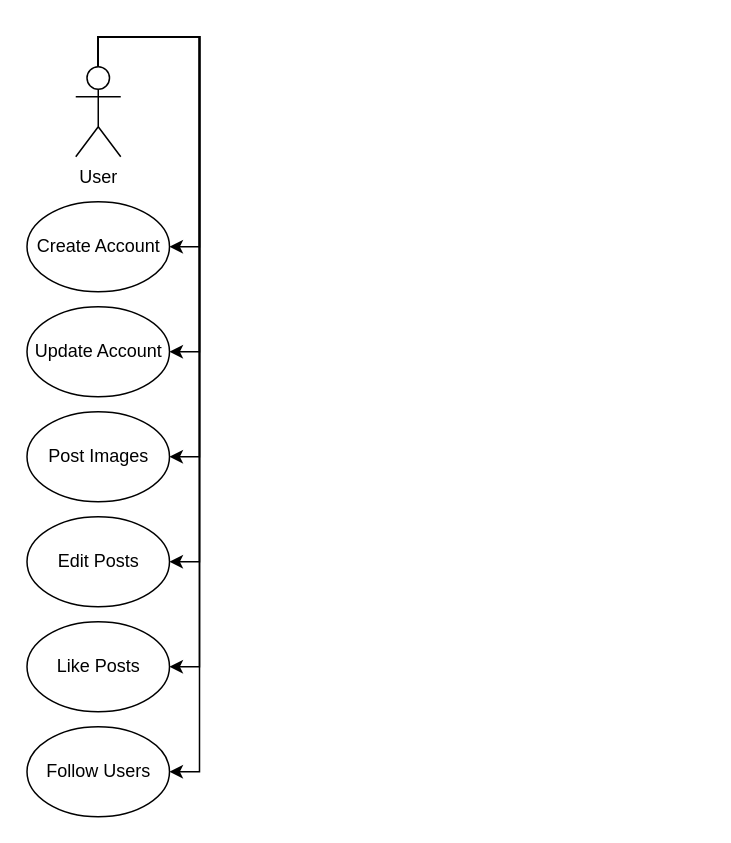
Before: Diagrams.drawio in wreich2/cosc412, a draw.io diagram. Source tidied: cells renumbered, new cells numbered last; positions are measured from the earlier drawing's top-left corner, leaving out a move shared by most shapes. Both pictures are drawn from the tidied source at 150%, with x=0, y=0 at pixel (27, 66).
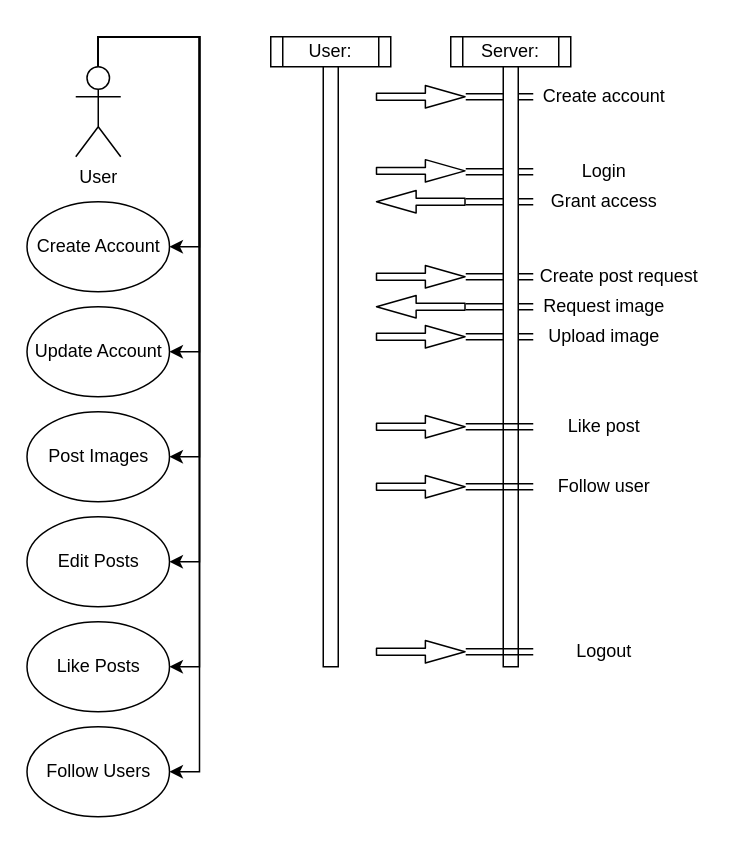
The same diagram, later.

What changed in the source:
```diff
@@
+    <mxCell id="15" value="User:" style="shape=process;whiteSpace=wrap;html=1;backgroundOutline=1;" parent="1" vertex="1">
+      <mxGeometry x="162" y="-20" width="80" height="20" as="geometry" />
+    </mxCell>
+    <mxCell id="16" value="Server:" style="shape=process;whiteSpace=wrap;html=1;backgroundOutline=1;" parent="1" vertex="1">
+      <mxGeometry x="282" y="-20" width="80" height="20" as="geometry" />
+    </mxCell>
+    <mxCell id="17" style="shape=flexArrow;endArrow=classic;html=1;endWidth=9.387755102040817;endSize=8.474285714285715;width=4.571428571428571;" parent="1" edge="1">
+      <mxGeometry relative="1" as="geometry">
+        <mxPoint x="232" y="20" as="sourcePoint" />
+        <mxPoint x="292" y="20" as="targetPoint" />
+      </mxGeometry>
+    </mxCell>
+    <mxCell id="18" style="shape=flexArrow;endArrow=classic;html=1;endWidth=9.387755102040817;endSize=8.474285714285715;width=4.571428571428571;" parent="1" edge="1">
+      <mxGeometry relative="1" as="geometry">
+        <mxPoint x="232" y="69.4" as="sourcePoint" />
+        <mxPoint x="292" y="69.4" as="targetPoint" />
+      </mxGeometry>
+    </mxCell>
+    <mxCell id="19" style="shape=flexArrow;endArrow=classic;html=1;endWidth=9.387755102040817;endSize=8.474285714285715;width=4.571428571428571;" parent="1" edge="1">
+      <mxGeometry relative="1" as="geometry">
+        <mxPoint x="232" y="140" as="sourcePoint" />
+        <mxPoint x="292" y="140" as="targetPoint" />
+      </mxGeometry>
+    </mxCell>
+    <mxCell id="20" style="shape=flexArrow;endArrow=classic;html=1;endWidth=9.387755102040817;endSize=8.474285714285715;width=4.571428571428571;" parent="1" edge="1">
+      <mxGeometry relative="1" as="geometry">
+        <mxPoint x="232" y="180" as="sourcePoint" />
+        <mxPoint x="292" y="180" as="targetPoint" />
+      </mxGeometry>
+    </mxCell>
+    <mxCell id="21" style="shape=link;rounded=0;jettySize=auto;html=1;" parent="1" edge="1" source="22">
+      <mxGeometry relative="1" as="geometry">
+        <mxPoint x="292" y="20" as="targetPoint" />
+      </mxGeometry>
+    </mxCell>
+    <mxCell id="22" value="Create account" style="text;html=1;strokeColor=none;fillColor=none;align=center;verticalAlign=middle;whiteSpace=wrap;rounded=0;" parent="1" vertex="1">
+      <mxGeometry x="337" y="10" width="95" height="20" as="geometry" />
+    </mxCell>
+    <mxCell id="23" style="edgeStyle=orthogonalEdgeStyle;shape=link;rounded=0;jettySize=auto;html=1;" parent="1" edge="1" source="24">
+      <mxGeometry relative="1" as="geometry">
+        <mxPoint x="292" y="70" as="targetPoint" />
+      </mxGeometry>
+    </mxCell>
+    <mxCell id="24" value="Login" style="text;html=1;strokeColor=none;fillColor=none;align=center;verticalAlign=middle;whiteSpace=wrap;rounded=0;" parent="1" vertex="1">
+      <mxGeometry x="337" y="60" width="95" height="20" as="geometry" />
+    </mxCell>
+    <mxCell id="25" style="shape=flexArrow;endArrow=classic;html=1;endWidth=9.387755102040817;endSize=8.474285714285715;width=4.571428571428571;" parent="1" edge="1">
+      <mxGeometry relative="1" as="geometry">
+        <mxPoint x="292" y="90" as="sourcePoint" />
+        <mxPoint x="232" y="90" as="targetPoint" />
+      </mxGeometry>
+    </mxCell>
+    <mxCell id="26" style="edgeStyle=orthogonalEdgeStyle;shape=link;rounded=0;jettySize=auto;html=1;" parent="1" edge="1" source="27">
+      <mxGeometry relative="1" as="geometry">
+        <mxPoint x="292" y="90" as="targetPoint" />
+      </mxGeometry>
+    </mxCell>
+    <mxCell id="27" value="Grant access" style="text;html=1;strokeColor=none;fillColor=none;align=center;verticalAlign=middle;whiteSpace=wrap;rounded=0;" parent="1" vertex="1">
+      <mxGeometry x="337" y="80" width="95" height="20" as="geometry" />
+    </mxCell>
+    <mxCell id="28" style="edgeStyle=orthogonalEdgeStyle;shape=link;rounded=0;jettySize=auto;html=1;" parent="1" edge="1" source="29">
+      <mxGeometry relative="1" as="geometry">
+        <mxPoint x="292" y="140" as="targetPoint" />
+      </mxGeometry>
+    </mxCell>
+    <mxCell id="29" value="Create post request" style="text;html=1;strokeColor=none;fillColor=none;align=center;verticalAlign=middle;whiteSpace=wrap;rounded=0;" parent="1" vertex="1">
+      <mxGeometry x="337" y="130" width="115" height="20" as="geometry" />
+    </mxCell>
+    <mxCell id="30" style="shape=flexArrow;endArrow=classic;html=1;endWidth=9.387755102040817;endSize=8.474285714285715;width=4.571428571428571;" parent="1" edge="1">
+      <mxGeometry relative="1" as="geometry">
+        <mxPoint x="292" y="160" as="sourcePoint" />
+        <mxPoint x="232" y="160" as="targetPoint" />
+      </mxGeometry>
+    </mxCell>
+    <mxCell id="31" style="edgeStyle=orthogonalEdgeStyle;shape=link;rounded=0;jettySize=auto;html=1;" parent="1" edge="1" source="32">
+      <mxGeometry relative="1" as="geometry">
+        <mxPoint x="292" y="160" as="targetPoint" />
+      </mxGeometry>
+    </mxCell>
+    <mxCell id="32" value="Request image" style="text;html=1;strokeColor=none;fillColor=none;align=center;verticalAlign=middle;whiteSpace=wrap;rounded=0;" parent="1" vertex="1">
+      <mxGeometry x="337" y="150" width="95" height="20" as="geometry" />
+    </mxCell>
+    <mxCell id="33" style="edgeStyle=orthogonalEdgeStyle;shape=link;rounded=0;jettySize=auto;html=1;" parent="1" edge="1" source="34">
+      <mxGeometry relative="1" as="geometry">
+        <mxPoint x="292" y="180" as="targetPoint" />
+      </mxGeometry>
+    </mxCell>
+    <mxCell id="34" value="Upload image" style="text;html=1;strokeColor=none;fillColor=none;align=center;verticalAlign=middle;whiteSpace=wrap;rounded=0;" parent="1" vertex="1">
+      <mxGeometry x="337" y="170" width="95" height="20" as="geometry" />
+    </mxCell>
+    <mxCell id="35" style="rounded=0;whiteSpace=wrap;html=1;" parent="1" vertex="1">
+      <mxGeometry x="197" width="10" height="400" as="geometry" />
+    </mxCell>
+    <mxCell id="36" style="rounded=0;whiteSpace=wrap;html=1;" parent="1" vertex="1">
+      <mxGeometry x="317" width="10" height="400" as="geometry" />
+    </mxCell>
+    <mxCell id="37" style="shape=flexArrow;endArrow=classic;html=1;endWidth=9.387755102040817;endSize=8.474285714285715;width=4.571428571428571;" parent="1" edge="1">
+      <mxGeometry relative="1" as="geometry">
+        <mxPoint x="232" y="240" as="sourcePoint" />
+        <mxPoint x="292" y="240" as="targetPoint" />
+      </mxGeometry>
+    </mxCell>
+    <mxCell id="38" style="shape=flexArrow;endArrow=classic;html=1;endWidth=9.387755102040817;endSize=8.474285714285715;width=4.571428571428571;" parent="1" edge="1">
+      <mxGeometry relative="1" as="geometry">
+        <mxPoint x="232" y="280" as="sourcePoint" />
+        <mxPoint x="292" y="280" as="targetPoint" />
+      </mxGeometry>
+    </mxCell>
+    <mxCell id="39" style="edgeStyle=orthogonalEdgeStyle;shape=link;rounded=0;jettySize=auto;html=1;" parent="1" edge="1" source="40">
+      <mxGeometry relative="1" as="geometry">
+        <mxPoint x="292" y="240" as="targetPoint" />
+      </mxGeometry>
+    </mxCell>
+    <mxCell id="40" value="Like post" style="text;html=1;strokeColor=none;fillColor=none;align=center;verticalAlign=middle;whiteSpace=wrap;rounded=0;" parent="1" vertex="1">
+      <mxGeometry x="337" y="230" width="95" height="20" as="geometry" />
+    </mxCell>
+    <mxCell id="41" style="edgeStyle=orthogonalEdgeStyle;shape=link;rounded=0;jettySize=auto;html=1;" parent="1" edge="1" source="42">
+      <mxGeometry relative="1" as="geometry">
+        <mxPoint x="292" y="280" as="targetPoint" />
+      </mxGeometry>
+    </mxCell>
+    <mxCell id="42" value="Follow user" style="text;html=1;strokeColor=none;fillColor=none;align=center;verticalAlign=middle;whiteSpace=wrap;rounded=0;" parent="1" vertex="1">
+      <mxGeometry x="337" y="270" width="95" height="20" as="geometry" />
+    </mxCell>
+    <mxCell id="43" style="shape=flexArrow;endArrow=classic;html=1;endWidth=9.387755102040817;endSize=8.474285714285715;width=4.571428571428571;" parent="1" edge="1">
+      <mxGeometry relative="1" as="geometry">
+        <mxPoint x="232" y="390" as="sourcePoint" />
+        <mxPoint x="292" y="390" as="targetPoint" />
+      </mxGeometry>
+    </mxCell>
+    <mxCell id="44" style="edgeStyle=none;shape=link;rounded=0;jettySize=auto;html=1;" parent="1" edge="1" source="45">
+      <mxGeometry relative="1" as="geometry">
+        <mxPoint x="292" y="390" as="targetPoint" />
+      </mxGeometry>
+    </mxCell>
+    <mxCell id="45" value="Logout" style="text;html=1;strokeColor=none;fillColor=none;align=center;verticalAlign=middle;whiteSpace=wrap;rounded=0;" parent="1" vertex="1">
+      <mxGeometry x="337" y="380" width="95" height="20" as="geometry" />
+    </mxCell>
```
